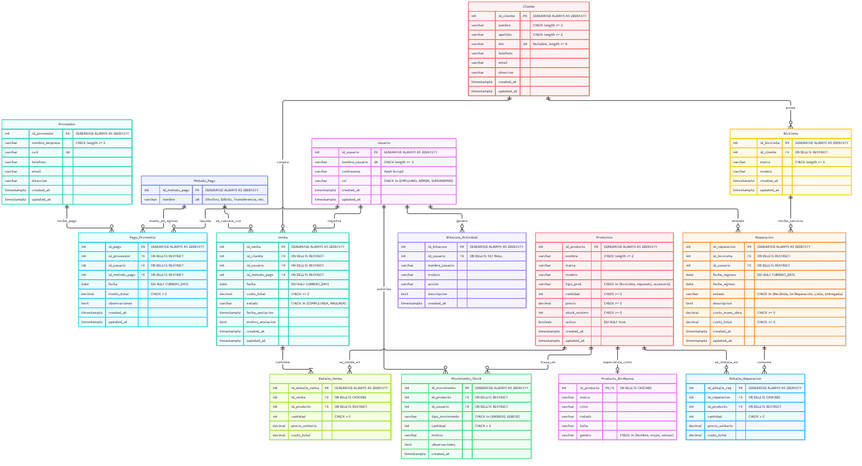
Earlier version of the Mermaid export docs/diagramas/imagenes/04_entidad_relacion.png (exe-rios/BikeSystem). Its source is kept beside it as docs/diagramas/04_entidad_relacion.mmd. The source it was exported from:
```mermaid
erDiagram
    Usuario ||--o{ Venta : "registra"
    Usuario ||--o{ Reparacion : "atiende"
    Usuario ||--o{ Pago_Proveedor : "liquida"
    Usuario ||--o{ Movimiento_Stock : "autoriza"
    Usuario ||--o{ Bitacora_Actividad : "genera"

    Cliente ||--o{ Bicicleta : "posee"
    Cliente ||--o{ Venta : "compra"

    Bicicleta ||--o{ Reparacion : "recibe_servicio"

    Metodo_Pago ||--o{ Venta : "se_cancela_con"
    Metodo_Pago ||--o{ Pago_Proveedor : "medio_de_egreso"

    Venta ||--|{ Detalle_Venta : "contiene"
    Reparacion ||--o{ Detalle_Reparacion : "consume"

    Productos ||--o| Producto_BiciNueva : "especializa_como"
    Productos ||--o{ Detalle_Venta : "se_vende_en"
    Productos ||--o{ Detalle_Reparacion : "se_instala_en"
    Productos ||--o{ Movimiento_Stock : "traza_en"

    Proveedor ||--o{ Pago_Proveedor : "recibe_pago"

    Usuario {
        int id_usuario PK "GENERATED ALWAYS AS IDENTITY"
        varchar nombre_usuario UK "CHECK length >= 3"
        varchar contrasena "Hash bcrypt"
        varchar rol "CHECK in (EMPLEADO, ADMIN, SUPERADMIN)"
        timestamptz created_at
        timestamptz updated_at
    }

    Cliente {
        int id_cliente PK "GENERATED ALWAYS AS IDENTITY"
        varchar nombre "CHECK length >= 2"
        varchar apellido "CHECK length >= 2"
        varchar dni UK "Nullable, length >= 6"
        varchar telefono
        varchar email
        varchar direccion
        timestamptz created_at
        timestamptz updated_at
    }

    Proveedor {
        int id_proveedor PK "GENERATED ALWAYS AS IDENTITY"
        varchar nombre_empresa "CHECK length >= 2"
        varchar cuit UK
        varchar telefono
        varchar email
        varchar direccion
        timestamptz created_at
        timestamptz updated_at
    }

    Productos {
        int id_producto PK "GENERATED ALWAYS AS IDENTITY"
        varchar nombre "CHECK length >= 2"
        varchar marca
        varchar modelo
        varchar tipo_prod "CHECK in (bicicleta, repuesto, accesorio)"
        int cantidad "CHECK >= 0"
        decimal precio "CHECK >= 0"
        int stock_minimo "CHECK >= 0"
        boolean activo "DEFAULT true"
        timestamptz created_at
        timestamptz updated_at
    }

    Producto_BiciNueva {
        int id_producto PK, FK "ON DELETE CASCADE"
        varchar marca
        varchar color
        varchar rodado
        varchar talle
        varchar genero "CHECK in (hombre, mujer, unisex)"
    }

    Metodo_Pago {
        int id_metodo_pago PK "GENERATED ALWAYS AS IDENTITY"
        varchar nombre UK "Efectivo, Débito, Transferencia, etc."
    }

    Bicicleta {
        int id_bicicleta PK "GENERATED ALWAYS AS IDENTITY"
        int id_cliente FK "ON DELETE RESTRICT"
        varchar marca "CHECK length >= 1"
        varchar modelo
        timestamptz created_at
        timestamptz updated_at
    }

    Venta {
        int id_venta PK "GENERATED ALWAYS AS IDENTITY"
        int id_cliente FK "ON DELETE RESTRICT"
        int id_usuario FK "ON DELETE RESTRICT"
        int id_metodo_pago FK "ON DELETE RESTRICT"
        date fecha "DEFAULT CURRENT_DATE"
        decimal costo_total "CHECK >= 0"
        varchar estado "CHECK in (COMPLETADA, ANULADA)"
        timestamptz fecha_anulacion
        text motivo_anulacion
        timestamptz created_at
        timestamptz updated_at
    }

    Detalle_Venta {
        int id_detalle_venta PK "GENERATED ALWAYS AS IDENTITY"
        int id_venta FK "ON DELETE CASCADE"
        int id_producto FK "ON DELETE RESTRICT"
        int cantidad "CHECK > 0"
        decimal precio_unitario
        decimal costo_total
    }

    Reparacion {
        int id_reparacion PK "GENERATED ALWAYS AS IDENTITY"
        int id_bicicleta FK "ON DELETE RESTRICT"
        int id_usuario FK "ON DELETE RESTRICT"
        date fecha_ingreso "DEFAULT CURRENT_DATE"
        date fecha_egreso
        varchar estado "CHECK in (Recibida, En Reparación, Lista, Entregada)"
        text descripcion
        decimal costo_mano_obra "CHECK >= 0"
        decimal costo_total "CHECK >= 0"
        timestamptz created_at
        timestamptz updated_at
    }

    Detalle_Reparacion {
        int id_detalle_rep PK "GENERATED ALWAYS AS IDENTITY"
        int id_reparacion FK "ON DELETE CASCADE"
        int id_producto FK "ON DELETE RESTRICT"
        int cantidad "CHECK > 0"
        decimal precio_unitario
        decimal costo_total
    }

    Pago_Proveedor {
        int id_pago PK "GENERATED ALWAYS AS IDENTITY"
        int id_proveedor FK "ON DELETE RESTRICT"
        int id_usuario FK "ON DELETE RESTRICT"
        int id_metodo_pago FK "ON DELETE RESTRICT"
        date fecha "DEFAULT CURRENT_DATE"
        decimal monto_total "CHECK > 0"
        text observaciones
        timestamptz created_at
        timestamptz updated_at
    }

    Movimiento_Stock {
        int id_movimiento PK "GENERATED ALWAYS AS IDENTITY"
        int id_producto FK "ON DELETE RESTRICT"
        int id_usuario FK "ON DELETE RESTRICT"
        varchar tipo_movimiento "CHECK in (INGRESO, EGRESO)"
        int cantidad "CHECK > 0"
        varchar motivo
        text observaciones
        timestamptz created_at
    }

    Bitacora_Actividad {
        int id_bitacora PK "GENERATED ALWAYS AS IDENTITY"
        int id_usuario FK "ON DELETE SET NULL"
        varchar nombre_usuario
        varchar modulo
        varchar accion
        text descripcion
        timestamptz created_at
    }
```
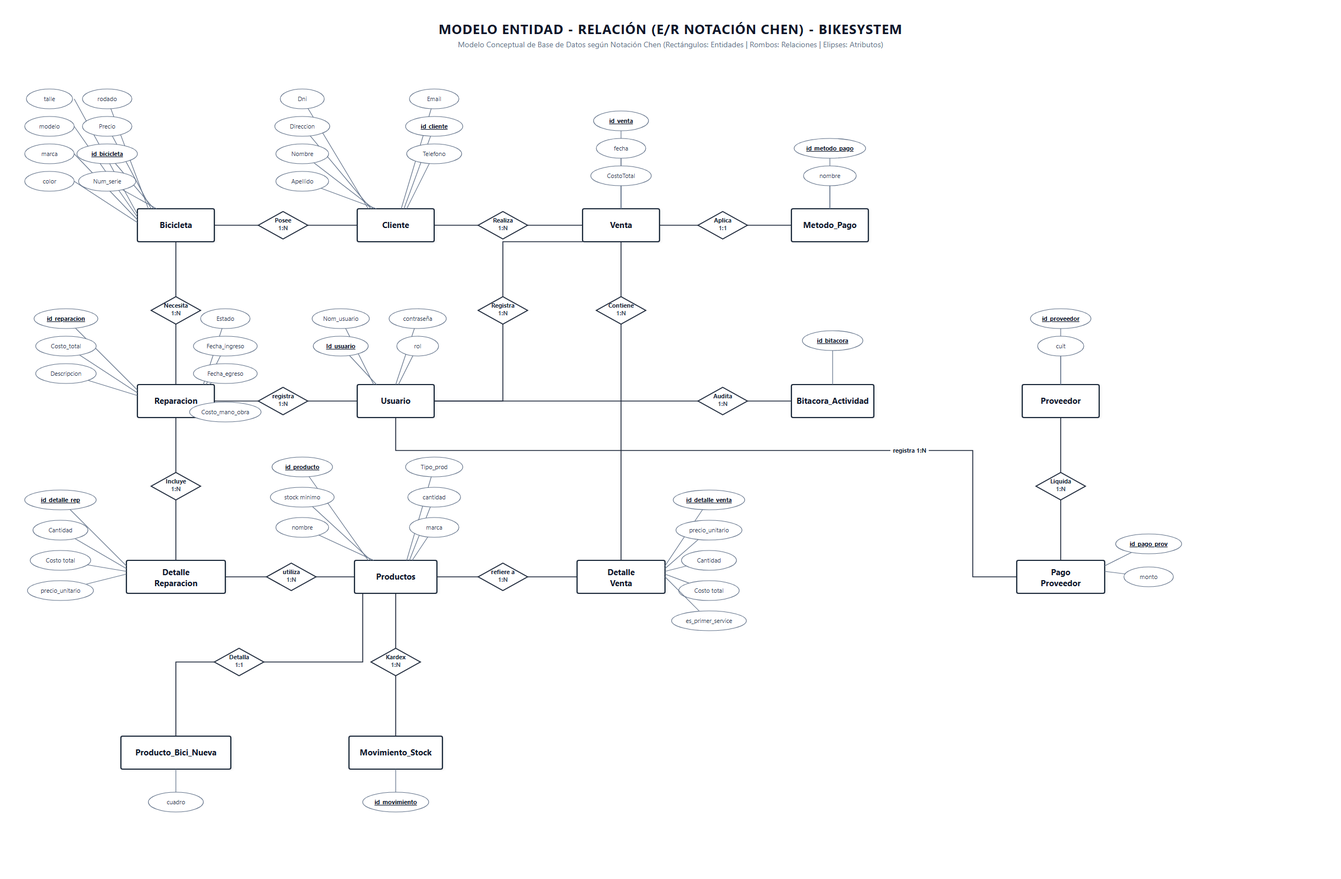
Later version of the same file.

Change to the diagram source:
```diff
@@ -1,136 +1,116 @@
 erDiagram
+    Cliente ||--o{ Bicicleta : "posee"
+    Cliente ||--o{ Venta : "compra"
+    Bicicleta ||--o{ Reparacion : "ingresa_a"
+
+    Venta ||--|{ Detalle_Venta : "contiene"
+    Metodo_Pago ||--o{ Venta : "cancela"
+    Metodo_Pago ||--o{ Pago_Proveedor : "abona_con"
+
+    Reparacion ||--o{ Detalle_Reparacion : "consume"
+
+    Productos ||--o| Producto_BiciNueva : "especializa"
+    Productos ||--o{ Detalle_Venta : "vendido_en"
+    Productos ||--o{ Detalle_Reparacion : "utilizado_en"
+    Productos ||--o{ Movimiento_Stock : "registrado_en"
+
+    Proveedor ||--o{ Pago_Proveedor : "percibe"
+
     Usuario ||--o{ Venta : "registra"
     Usuario ||--o{ Reparacion : "atiende"
     Usuario ||--o{ Pago_Proveedor : "liquida"
-    Usuario ||--o{ Movimiento_Stock : "autoriza"
+    Usuario ||--o{ Movimiento_Stock : "opera"
     Usuario ||--o{ Bitacora_Actividad : "genera"
-
-    Cliente ||--o{ Bicicleta : "posee"
-    Cliente ||--o{ Venta : "compra"
-
-    Bicicleta ||--o{ Reparacion : "recibe_servicio"
-
-    Metodo_Pago ||--o{ Venta : "se_cancela_con"
-    Metodo_Pago ||--o{ Pago_Proveedor : "medio_de_egreso"
-
-    Venta ||--|{ Detalle_Venta : "contiene"
-    Reparacion ||--o{ Detalle_Reparacion : "consume"
-
-    Productos ||--o| Producto_BiciNueva : "especializa_como"
-    Productos ||--o{ Detalle_Venta : "se_vende_en"
-    Productos ||--o{ Detalle_Reparacion : "se_instala_en"
-    Productos ||--o{ Movimiento_Stock : "traza_en"
-
-    Proveedor ||--o{ Pago_Proveedor : "recibe_pago"
+    Usuario ||--o{ Detalle_Venta : "tecnico_service"
 
     Usuario {
-        int id_usuario PK "GENERATED ALWAYS AS IDENTITY"
-        varchar nombre_usuario UK "CHECK length >= 3"
+        int id_usuario PK "IDENTITY"
+        varchar nombre_usuario UK
         varchar contrasena "Hash bcrypt"
-        varchar rol "CHECK in (EMPLEADO, ADMIN, SUPERADMIN)"
+        varchar rol "EMPLEADO, ADMIN, SUPERADMIN"
         timestamptz created_at
-        timestamptz updated_at
     }
 
     Cliente {
-        int id_cliente PK "GENERATED ALWAYS AS IDENTITY"
-        varchar nombre "CHECK length >= 2"
-        varchar apellido "CHECK length >= 2"
-        varchar dni UK "Nullable, length >= 6"
+        int id_cliente PK "IDENTITY"
+        varchar nombre
+        varchar apellido
+        varchar dni UK "Nullable (Consumidor Final)"
         varchar telefono
         varchar email
         varchar direccion
-        timestamptz created_at
-        timestamptz updated_at
     }
 
-    Proveedor {
-        int id_proveedor PK "GENERATED ALWAYS AS IDENTITY"
-        varchar nombre_empresa "CHECK length >= 2"
-        varchar cuit UK
-        varchar telefono
-        varchar email
-        varchar direccion
-        timestamptz created_at
-        timestamptz updated_at
+    Bicicleta {
+        int id_bicicleta PK "IDENTITY"
+        int id_cliente FK "ON DELETE RESTRICT"
+        varchar marca
+        varchar modelo
     }
 
     Productos {
-        int id_producto PK "GENERATED ALWAYS AS IDENTITY"
-        varchar nombre "CHECK length >= 2"
+        int id_producto PK "IDENTITY"
+        varchar nombre
         varchar marca
         varchar modelo
-        varchar tipo_prod "CHECK in (bicicleta, repuesto, accesorio)"
+        varchar tipo_prod "bicicleta, repuesto, accesorio"
         int cantidad "CHECK >= 0"
         decimal precio "CHECK >= 0"
         int stock_minimo "CHECK >= 0"
-        boolean activo "DEFAULT true"
-        timestamptz created_at
-        timestamptz updated_at
+        boolean activo
     }
 
     Producto_BiciNueva {
         int id_producto PK, FK "ON DELETE CASCADE"
-        varchar marca
         varchar color
         varchar rodado
         varchar talle
-        varchar genero "CHECK in (hombre, mujer, unisex)"
+        varchar genero "hombre, mujer, unisex"
     }
 
     Metodo_Pago {
-        int id_metodo_pago PK "GENERATED ALWAYS AS IDENTITY"
+        int id_metodo_pago PK "IDENTITY"
         varchar nombre UK "Efectivo, Débito, Transferencia, etc."
     }
 
-    Bicicleta {
-        int id_bicicleta PK "GENERATED ALWAYS AS IDENTITY"
-        int id_cliente FK "ON DELETE RESTRICT"
-        varchar marca "CHECK length >= 1"
-        varchar modelo
-        timestamptz created_at
-        timestamptz updated_at
-    }
-
     Venta {
-        int id_venta PK "GENERATED ALWAYS AS IDENTITY"
+        int id_venta PK "IDENTITY"
         int id_cliente FK "ON DELETE RESTRICT"
         int id_usuario FK "ON DELETE RESTRICT"
         int id_metodo_pago FK "ON DELETE RESTRICT"
         date fecha "DEFAULT CURRENT_DATE"
         decimal costo_total "CHECK >= 0"
-        varchar estado "CHECK in (COMPLETADA, ANULADA)"
-        timestamptz fecha_anulacion
+        varchar estado "COMPLETADA, ANULADA"
         text motivo_anulacion
-        timestamptz created_at
-        timestamptz updated_at
     }
 
     Detalle_Venta {
-        int id_detalle_venta PK "GENERATED ALWAYS AS IDENTITY"
+        int id_detalle_venta PK "IDENTITY"
         int id_venta FK "ON DELETE CASCADE"
         int id_producto FK "ON DELETE RESTRICT"
         int cantidad "CHECK > 0"
         decimal precio_unitario
         decimal costo_total
+        boolean primer_service_realizado "DEFAULT false"
+        date fecha_primer_service "Nullable"
+        int id_usuario_service FK "ON DELETE SET NULL, Nullable"
+        boolean service_excepcion "DEFAULT false"
     }
 
     Reparacion {
-        int id_reparacion PK "GENERATED ALWAYS AS IDENTITY"
+        int id_reparacion PK "IDENTITY"
         int id_bicicleta FK "ON DELETE RESTRICT"
         int id_usuario FK "ON DELETE RESTRICT"
         date fecha_ingreso "DEFAULT CURRENT_DATE"
-        date fecha_egreso
-        varchar estado "CHECK in (Recibida, En Reparación, Lista, Entregada)"
+        date fecha_egreso "Nullable"
+        varchar estado "Recibida, En Reparación, Lista, Entregada"
         text descripcion
         decimal costo_mano_obra "CHECK >= 0"
         decimal costo_total "CHECK >= 0"
-        timestamptz created_at
-        timestamptz updated_at
     }
 
     Detalle_Reparacion {
-        int id_detalle_rep PK "GENERATED ALWAYS AS IDENTITY"
+        int id_detalle_rep PK "IDENTITY"
         int id_reparacion FK "ON DELETE CASCADE"
         int id_producto FK "ON DELETE RESTRICT"
         int cantidad "CHECK > 0"
@@ -138,35 +118,38 @@
         decimal costo_total
     }
 
+    Proveedor {
+        int id_proveedor PK "IDENTITY"
+        varchar nombre_empresa
+        varchar cuit UK
+        varchar telefono
+        varchar email
+    }
+
     Pago_Proveedor {
-        int id_pago PK "GENERATED ALWAYS AS IDENTITY"
+        int id_pago PK "IDENTITY"
         int id_proveedor FK "ON DELETE RESTRICT"
         int id_usuario FK "ON DELETE RESTRICT"
         int id_metodo_pago FK "ON DELETE RESTRICT"
         date fecha "DEFAULT CURRENT_DATE"
         decimal monto_total "CHECK > 0"
         text observaciones
-        timestamptz created_at
-        timestamptz updated_at
     }
 
     Movimiento_Stock {
-        int id_movimiento PK "GENERATED ALWAYS AS IDENTITY"
+        int id_movimiento PK "IDENTITY"
         int id_producto FK "ON DELETE RESTRICT"
         int id_usuario FK "ON DELETE RESTRICT"
-        varchar tipo_movimiento "CHECK in (INGRESO, EGRESO)"
+        varchar tipo_movimiento "INGRESO, EGRESO"
         int cantidad "CHECK > 0"
         varchar motivo
-        text observaciones
-        timestamptz created_at
     }
 
     Bitacora_Actividad {
-        int id_bitacora PK "GENERATED ALWAYS AS IDENTITY"
+        int id_bitacora PK "IDENTITY"
         int id_usuario FK "ON DELETE SET NULL"
         varchar nombre_usuario
         varchar modulo
         varchar accion
-        text descripcion
         timestamptz created_at
     }
```
